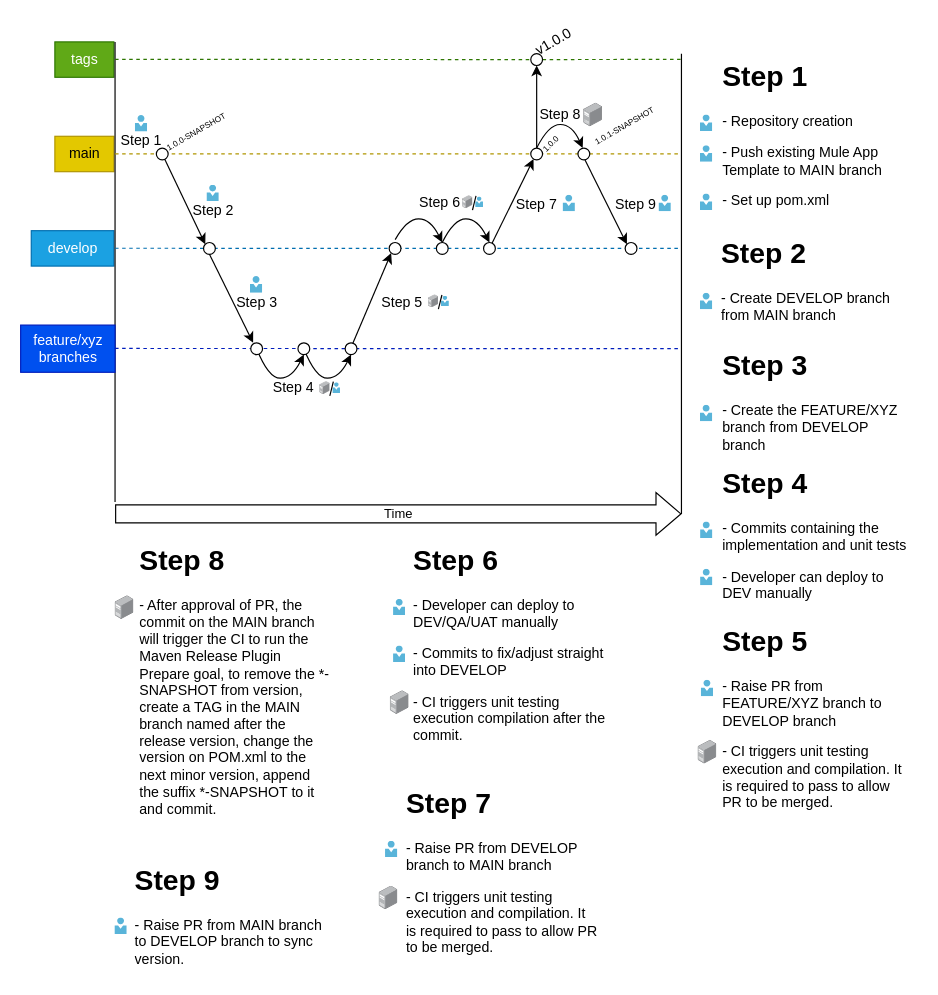
This is page "New API" (1 of 4) of docs/Branching Strategy-v2.drawio from IzinCompany/company-sapi, a draw.io file, before an edit. Source tidied: cells renumbered, new cells numbered last; positions are measured from the earlier drawing's top-left corner, leaving out a move shared by most shapes. Both pictures are drawn from the tidied source at 118%, with x=0, y=0 at pixel (20, 32).
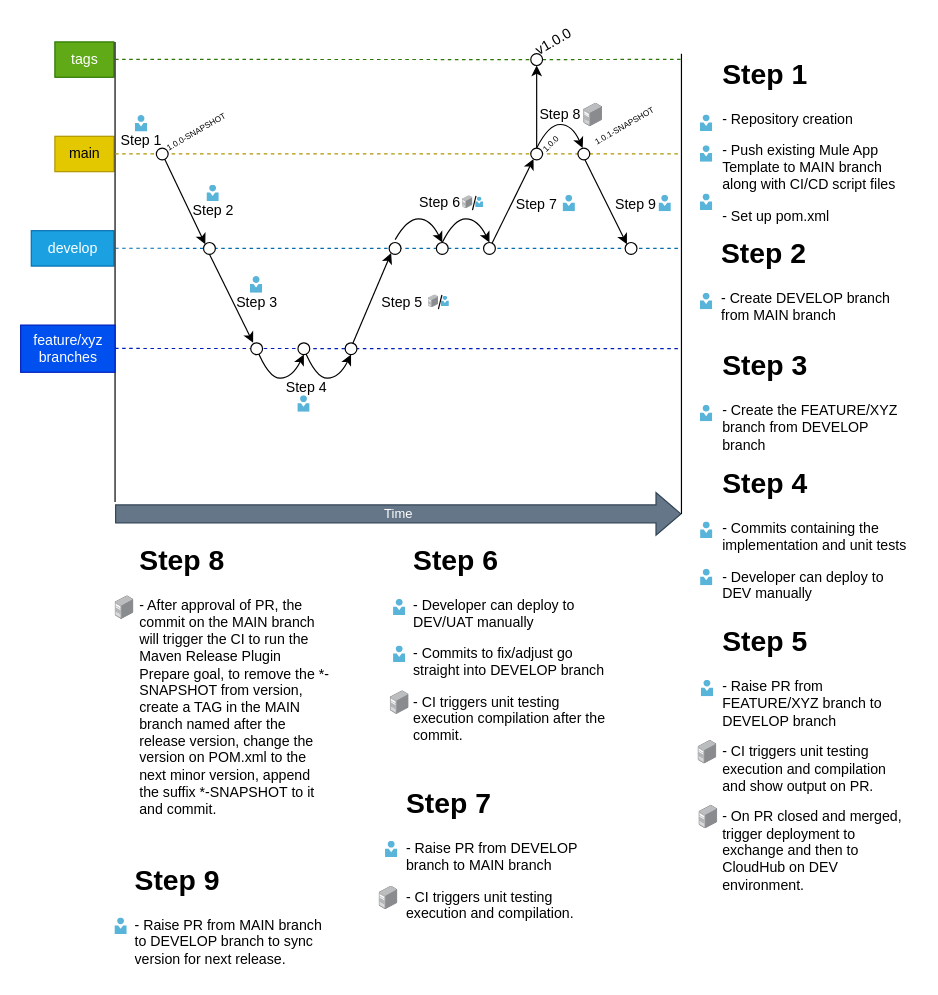
Above is the later version.

The edit, as a diff of the source:
```diff
@@
-    <mxCell id="3" value="Time" style="shape=flexArrow;endArrow=classic;html=1;rounded=0;width=15.161290322580644;endSize=6.688709677419355;" parent="1" edge="1">
+    <mxCell id="3" value="Time" style="shape=flexArrow;endArrow=classic;html=1;rounded=0;width=15.161290322580644;endSize=6.688709677419355;labelBackgroundColor=none;strokeColor=#314354;fontColor=#FFFFFF;fillColor=#647687;" parent="1" edge="1">
       <mxGeometry relative="1" as="geometry">
         <mxPoint x="80" y="408" as="sourcePoint" />
         <mxPoint x="560" y="408" as="targetPoint" />
       </mxGeometry>
     </mxCell>
@@
     <mxCell id="16" value="Step 4" style="text;html=1;strokeColor=none;fillColor=none;align=center;verticalAlign=middle;whiteSpace=wrap;rounded=0;" parent="1" vertex="1">
-      <mxGeometry x="208.6" y="293" width="45" height="15" as="geometry" />
+      <mxGeometry x="219.8" y="293" width="45" height="15" as="geometry" />
     </mxCell>
-    <mxCell id="17" value="&lt;h1&gt;Step 1&lt;/h1&gt;&lt;p&gt;- Repository creation&lt;/p&gt;&lt;p&gt;- Push existing Mule App Template to MAIN branch&lt;/p&gt;&lt;p&gt;- Set up pom.xml&lt;/p&gt;" style="text;html=1;strokeColor=none;fillColor=none;spacing=5;spacingTop=-20;whiteSpace=wrap;overflow=hidden;rounded=0;" parent="1" vertex="1">
-      <mxGeometry x="590.3" y="18" width="169.7" height="145" as="geometry" />
+    <mxCell id="17" value="&lt;h1&gt;Step 1&lt;/h1&gt;&lt;p&gt;- Repository creation&lt;/p&gt;&lt;p&gt;- Push existing Mule App Template to MAIN branch along with CI/CD script files&lt;/p&gt;&lt;p&gt;- Set up pom.xml&lt;/p&gt;" style="text;html=1;strokeColor=none;fillColor=none;spacing=5;spacingTop=-20;whiteSpace=wrap;overflow=hidden;rounded=0;" parent="1" vertex="1">
+      <mxGeometry x="590.3" y="16" width="169.7" height="152" as="geometry" />
     </mxCell>
@@
-    <mxCell id="53" value="&lt;h1&gt;Step 7&lt;/h1&gt;&lt;p&gt;- Raise PR from DEVELOP branch to MAIN branch&lt;/p&gt;&lt;p&gt;- CI triggers unit testing execution and compilation. It is required to pass to allow PR to be merged.&lt;br&gt;&lt;/p&gt;&lt;p&gt;&lt;br&gt;&lt;/p&gt;" style="text;html=1;strokeColor=none;fillColor=none;spacing=5;spacingTop=-20;whiteSpace=wrap;overflow=hidden;rounded=0;" parent="1" vertex="1">
+    <mxCell id="53" value="&lt;h1&gt;Step 7&lt;/h1&gt;&lt;p&gt;- Raise PR from DEVELOP branch to MAIN branch&lt;/p&gt;&lt;p&gt;- CI triggers unit testing execution and compilation.&amp;nbsp;&lt;br&gt;&lt;/p&gt;&lt;p&gt;&lt;br&gt;&lt;/p&gt;" style="text;html=1;strokeColor=none;fillColor=none;spacing=5;spacingTop=-20;whiteSpace=wrap;overflow=hidden;rounded=0;" parent="1" vertex="1">
       <mxGeometry x="322.4" y="633.5" width="170.7" height="164.5" as="geometry" />
     </mxCell>
-    <mxCell id="54" style="image;sketch=0;html=1;align=center;fontSize=12;image=img/lib/mscae/Person.svg;" parent="1" vertex="1">
-      <mxGeometry x="264.7" y="297" width="6.7" height="9" as="geometry" />
-    </mxCell>
-    <mxCell id="55" style="image;html=1;align=center;shadow=0;dashed=0;image=img/lib/allied_telesis/computer_and_terminals/Server_Desktop.svg;" parent="1" vertex="1">
-      <mxGeometry x="253.6" y="296" width="8.7" height="11" as="geometry" />
-    </mxCell>
-    <mxCell id="56" style="endArrow=none;html=1;rounded=0;" parent="1" edge="1">
-      <mxGeometry relative="1" as="geometry">
-        <mxPoint x="262" y="308" as="sourcePoint" />
-        <mxPoint x="265" y="296" as="targetPoint" />
-      </mxGeometry>
-    </mxCell>
@@
-    <mxCell id="60" value="&lt;h1&gt;Step 9&lt;/h1&gt;&lt;p&gt;- Raise PR from MAIN branch to DEVELOP branch to sync version.&lt;/p&gt;" style="text;html=1;strokeColor=none;fillColor=none;spacing=5;spacingTop=-20;whiteSpace=wrap;overflow=hidden;rounded=0;" parent="1" vertex="1">
+    <mxCell id="60" value="&lt;h1&gt;Step 9&lt;/h1&gt;&lt;p&gt;- Raise PR from MAIN branch to DEVELOP branch to sync version for next release.&lt;/p&gt;" style="text;html=1;strokeColor=none;fillColor=none;spacing=5;spacingTop=-20;whiteSpace=wrap;overflow=hidden;rounded=0;" parent="1" vertex="1">
       <mxGeometry x="91.9" y="698.5" width="169.2" height="100" as="geometry" />
     </mxCell>
@@
-    <mxCell id="81" value="&lt;h1&gt;Step 5&lt;/h1&gt;&lt;p&gt;&lt;/p&gt;- Raise PR from FEATURE/XYZ branch to DEVELOP branch&lt;p&gt;- CI triggers unit testing execution and compilation. It is required to pass to allow PR to be merged.&lt;/p&gt;" style="text;html=1;strokeColor=none;fillColor=none;spacing=5;spacingTop=-20;whiteSpace=wrap;overflow=hidden;rounded=0;" parent="1" vertex="1">
-      <mxGeometry x="590" y="497" width="170" height="171" as="geometry" />
+    <mxCell id="81" value="&lt;h1&gt;Step 5&lt;/h1&gt;&lt;p&gt;&lt;/p&gt;- Raise PR from FEATURE/XYZ branch to DEVELOP branch&lt;p&gt;- CI triggers unit testing execution and compilation and show output on PR.&lt;/p&gt;&lt;p&gt;- On PR closed and merged, trigger deployment to exchange and then to CloudHub on DEV environment.&lt;/p&gt;" style="text;html=1;strokeColor=none;fillColor=none;spacing=5;spacingTop=-20;whiteSpace=wrap;overflow=hidden;rounded=0;" parent="1" vertex="1">
+      <mxGeometry x="590" y="497" width="170" height="251" as="geometry" />
     </mxCell>
@@
-    <mxCell id="84" value="&lt;h1&gt;Step 6&lt;/h1&gt;&lt;p&gt;- Developer can deploy to DEV/QA/UAT manually&lt;br&gt;&lt;/p&gt;&lt;p&gt;- Commits to fix/adjust straight into DEVELOP&lt;/p&gt;&lt;p&gt;- CI triggers unit testing execution compilation after the commit.&lt;br&gt;&lt;/p&gt;" style="text;html=1;strokeColor=none;fillColor=none;spacing=5;spacingTop=-20;whiteSpace=wrap;overflow=hidden;rounded=0;" parent="1" vertex="1">
+    <mxCell id="84" value="&lt;h1&gt;Step 6&lt;/h1&gt;&lt;p&gt;- Developer can deploy to DEV/UAT manually&lt;br&gt;&lt;/p&gt;&lt;p&gt;- Commits to fix/adjust go straight into DEVELOP branch&lt;/p&gt;&lt;p&gt;- CI triggers unit testing execution compilation after the commit.&lt;br&gt;&lt;/p&gt;" style="text;html=1;strokeColor=none;fillColor=none;spacing=5;spacingTop=-20;whiteSpace=wrap;overflow=hidden;rounded=0;" parent="1" vertex="1">
       <mxGeometry x="328.1" y="427.5" width="170.7" height="200" as="geometry" />
     </mxCell>
@@
+    <mxCell id="90" style="image;sketch=0;html=1;align=center;fontSize=12;image=img/lib/mscae/Person.svg;" parent="1" vertex="1">
+      <mxGeometry x="235" y="308" width="10.4" height="14" as="geometry" />
+    </mxCell>
+    <mxCell id="91" style="image;html=1;align=center;shadow=0;dashed=0;image=img/lib/allied_telesis/computer_and_terminals/Server_Desktop.svg;" parent="1" vertex="1">
+      <mxGeometry x="575" y="655" width="15.8" height="20" as="geometry" />
+    </mxCell>
```
